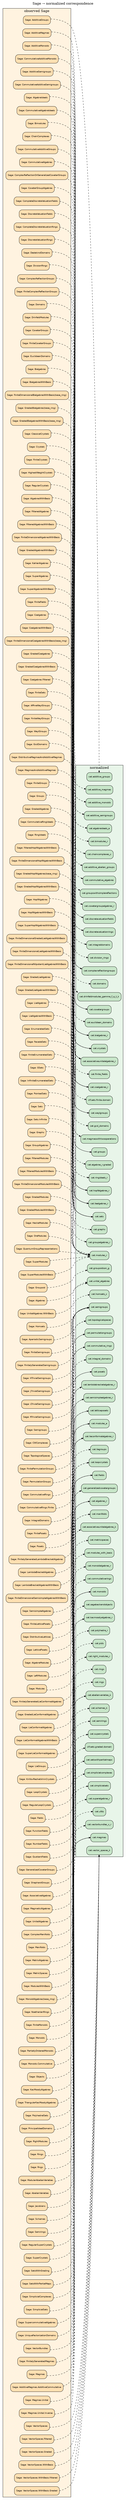
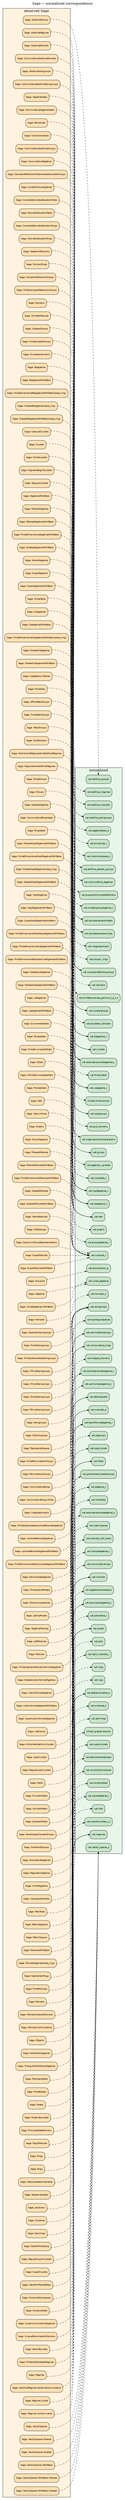
// GENERATED from observed + mapping + normalized ids
digraph SageToNormalized {
  graph [rankdir=LR, labelloc=t, label="Sage → normalized correspondence"];
  node [shape=box, style="rounded,filled", fontname="Helvetica", fontsize=9];
  edge [arrowsize=0.65];

  subgraph cluster_sage {
    label="observed Sage";
    style=filled; fillcolor="#fff3e0";
    "sage.category.additive_groups_additivegroups" [label="Sage: AdditiveGroups", kind="sage_category", fillcolor="#ffe0b2"];
    "sage.category.additive_magmas_additivemagmas" [label="Sage: AdditiveMagmas", kind="sage_category", fillcolor="#ffe0b2"];
    "sage.category.additive_monoids_additivemonoids" [label="Sage: AdditiveMonoids", kind="sage_category", fillcolor="#ffe0b2"];
    "sage.category.additive_semigroups_additivesemigroups" [label="Sage: AdditiveSemigroups", kind="sage_category", fillcolor="#ffe0b2"];
    "sage.category.affine_weyl_groups_affineweylgroups" [label="Sage: AffineWeylGroups", kind="sage_category", fillcolor="#ffe0b2"];
    "sage.category.algebra_ideals_algebraideals" [label="Sage: AlgebraIdeals", kind="sage_category", fillcolor="#ffe0b2"];
    "sage.category.algebra_modules_algebramodules" [label="Sage: AlgebraModules", kind="sage_category", fillcolor="#ffe0b2"];
    "sage.category.algebras_algebras" [label="Sage: Algebras", kind="sage_category", fillcolor="#ffe0b2"];
    "sage.category.algebras_with_basis_algebraswithbasis" [label="Sage: AlgebrasWithBasis", kind="sage_category", fillcolor="#ffe0b2"];
    "sage.category.aperiodic_semigroups_aperiodicsemigroups" [label="Sage: AperiodicSemigroups", kind="sage_category", fillcolor="#ffe0b2"];
    "sage.category.associative_algebras_associativealgebras" [label="Sage: AssociativeAlgebras", kind="sage_category", fillcolor="#ffe0b2"];
    "sage.category.bialgebras_bialgebras" [label="Sage: Bialgebras", kind="sage_category", fillcolor="#ffe0b2"];
    "sage.category.bialgebras_with_basis_bialgebraswithbasis" [label="Sage: BialgebrasWithBasis", kind="sage_category", fillcolor="#ffe0b2"];
    "sage.category.bimodules_bimodules" [label="Sage: Bimodules", kind="sage_category", fillcolor="#ffe0b2"];
    "sage.category.chain_complexes_chaincomplexes" [label="Sage: ChainComplexes", kind="sage_category", fillcolor="#ffe0b2"];
    "sage.category.classical_crystals_classicalcrystals" [label="Sage: ClassicalCrystals", kind="sage_category", fillcolor="#ffe0b2"];
    "sage.category.coalgebras_coalgebras" [label="Sage: Coalgebras", kind="sage_category", fillcolor="#ffe0b2"];
    "sage.category.coalgebras_with_basis_coalgebraswithbasis" [label="Sage: CoalgebrasWithBasis", kind="sage_category", fillcolor="#ffe0b2"];
    "sage.category.commutative_additive_groups_commutativeadditivegroups" [label="Sage: CommutativeAdditiveGroups", kind="sage_category", fillcolor="#ffe0b2"];
    "sage.category.commutative_additive_monoids_commutativeadditivemonoids" [label="Sage: CommutativeAdditiveMonoids", kind="sage_category", fillcolor="#ffe0b2"];
    "sage.category.commutative_additive_semigroups_commutativeadditivesemigroups" [label="Sage: CommutativeAdditiveSemigroups", kind="sage_category", fillcolor="#ffe0b2"];
    "sage.category.commutative_algebra_ideals_commutativealgebraideals" [label="Sage: CommutativeAlgebraIdeals", kind="sage_category", fillcolor="#ffe0b2"];
    "sage.category.commutative_algebras_commutativealgebras" [label="Sage: CommutativeAlgebras", kind="sage_category", fillcolor="#ffe0b2"];
    "sage.category.commutative_ring_ideals_commutativeringideals" [label="Sage: CommutativeRingIdeals", kind="sage_category", fillcolor="#ffe0b2"];
    "sage.category.commutative_rings_commutativerings" [label="Sage: CommutativeRings", kind="sage_category", fillcolor="#ffe0b2"];
    "sage.category.complete_discrete_valuation_completediscretevaluationfields" [label="Sage: CompleteDiscreteValuationFields", kind="sage_category", fillcolor="#ffe0b2"];
    "sage.category.complete_discrete_valuation_completediscretevaluationrings" [label="Sage: CompleteDiscreteValuationRings", kind="sage_category", fillcolor="#ffe0b2"];
    "sage.category.complex_reflection_groups_complexreflectiongroups" [label="Sage: ComplexReflectionGroups", kind="sage_category", fillcolor="#ffe0b2"];
    "sage.category.complex_reflection_or_generalized_coxeter_groups_complexreflectionorgeneralizedcoxetergroups" [label="Sage: ComplexReflectionOrGeneralizedCoxeterGroups", kind="sage_category", fillcolor="#ffe0b2"];
    "sage.category.coxeter_group_algebras_coxetergroupalgebras" [label="Sage: CoxeterGroupAlgebras", kind="sage_category", fillcolor="#ffe0b2"];
    "sage.category.coxeter_groups_coxetergroups" [label="Sage: CoxeterGroups", kind="sage_category", fillcolor="#ffe0b2"];
    "sage.category.crystals_crystals" [label="Sage: Crystals", kind="sage_category", fillcolor="#ffe0b2"];
    "sage.category.cw_complexes_cwcomplexes" [label="Sage: CWComplexes", kind="sage_category", fillcolor="#ffe0b2"];
    "sage.category.dedekind_domains_dedekinddomains" [label="Sage: DedekindDomains", kind="sage_category", fillcolor="#ffe0b2"];
    "sage.category.discrete_valuation_discretevaluationfields" [label="Sage: DiscreteValuationFields", kind="sage_category", fillcolor="#ffe0b2"];
    "sage.category.discrete_valuation_discretevaluationrings" [label="Sage: DiscreteValuationRings", kind="sage_category", fillcolor="#ffe0b2"];
    "sage.category.distributive_magmas_and_additive_magmas_distributivemagmasandadditivemagmas" [label="Sage: DistributiveMagmasAndAdditiveMagmas", kind="sage_category", fillcolor="#ffe0b2"];
    "sage.category.division_rings_divisionrings" [label="Sage: DivisionRings", kind="sage_category", fillcolor="#ffe0b2"];
    "sage.category.domains_domains" [label="Sage: Domains", kind="sage_category", fillcolor="#ffe0b2"];
    "sage.category.drinfeld_modules_drinfeldmodules" [label="Sage: DrinfeldModules", kind="sage_category", fillcolor="#ffe0b2"];
    "sage.category.enumerated_sets_enumeratedsets" [label="Sage: EnumeratedSets", kind="sage_category", fillcolor="#ffe0b2"];
    "sage.category.euclidean_domains_euclideandomains" [label="Sage: EuclideanDomains", kind="sage_category", fillcolor="#ffe0b2"];
    "sage.category.facade_sets_facadesets" [label="Sage: FacadeSets", kind="sage_category", fillcolor="#ffe0b2"];
    "sage.category.fields_fields" [label="Sage: Fields", kind="sage_category", fillcolor="#ffe0b2"];
    "sage.category.filtered_algebras_filteredalgebras" [label="Sage: FilteredAlgebras", kind="sage_category", fillcolor="#ffe0b2"];
    "sage.category.filtered_algebras_with_basis_filteredalgebraswithbasis" [label="Sage: FilteredAlgebrasWithBasis", kind="sage_category", fillcolor="#ffe0b2"];
    "sage.category.filtered_hopf_algebras_with_basis_filteredhopfalgebraswithbasis" [label="Sage: FilteredHopfAlgebrasWithBasis", kind="sage_category", fillcolor="#ffe0b2"];
    "sage.category.filtered_modules_filteredmodules" [label="Sage: FilteredModules", kind="sage_category", fillcolor="#ffe0b2"];
    "sage.category.filtered_modules_with_basis_filteredmoduleswithbasis" [label="Sage: FilteredModulesWithBasis", kind="sage_category", fillcolor="#ffe0b2"];
    "sage.category.finite_complex_reflection_groups_finitecomplexreflectiongroups" [label="Sage: FiniteComplexReflectionGroups", kind="sage_category", fillcolor="#ffe0b2"];
    "sage.category.finite_coxeter_groups_finitecoxetergroups" [label="Sage: FiniteCoxeterGroups", kind="sage_category", fillcolor="#ffe0b2"];
    "sage.category.finite_crystals_finitecrystals" [label="Sage: FiniteCrystals", kind="sage_category", fillcolor="#ffe0b2"];
    "sage.category.finite_dimensional_algebras_with_basis_finitedimensionalalgebraswithbasis" [label="Sage: FiniteDimensionalAlgebrasWithBasis", kind="sage_category", fillcolor="#ffe0b2"];
    "sage.category.finite_dimensional_bialgebras_with_basis_finitedimensionalbialgebraswithbasis" [label="Sage: FiniteDimensionalBialgebrasWithBasis(base_ring)", kind="sage_category", fillcolor="#ffe0b2"];
    "sage.category.finite_dimensional_coalgebras_with_basis_finitedimensionalcoalgebraswithbasis" [label="Sage: FiniteDimensionalCoalgebrasWithBasis(base_ring)", kind="sage_category", fillcolor="#ffe0b2"];
    "sage.category.finite_dimensional_graded_lie_algebras_with_basis_finitedimensionalgradedliealgebraswithbasis" [label="Sage: FiniteDimensionalGradedLieAlgebrasWithBasis", kind="sage_category", fillcolor="#ffe0b2"];
    "sage.category.finite_dimensional_hopf_algebras_with_basis_finitedimensionalhopfalgebraswithbasis" [label="Sage: FiniteDimensionalHopfAlgebrasWithBasis", kind="sage_category", fillcolor="#ffe0b2"];
    "sage.category.finite_dimensional_lie_algebras_with_basis_finitedimensionalliealgebraswithbasis" [label="Sage: FiniteDimensionalLieAlgebrasWithBasis", kind="sage_category", fillcolor="#ffe0b2"];
    "sage.category.finite_dimensional_modules_with_basis_finitedimensionalmoduleswithbasis" [label="Sage: FiniteDimensionalModulesWithBasis", kind="sage_category", fillcolor="#ffe0b2"];
    "sage.category.finite_dimensional_nilpotent_lie_algebras_with_basis_finitedimensionalnilpotentliealgebraswithbasis" [label="Sage: FiniteDimensionalNilpotentLieAlgebrasWithBasis", kind="sage_category", fillcolor="#ffe0b2"];
    "sage.category.finite_dimensional_semisimple_algebras_with_basis_finitedimensionalsemisimplealgebraswithbasis" [label="Sage: FiniteDimensionalSemisimpleAlgebrasWithBasis", kind="sage_category", fillcolor="#ffe0b2"];
    "sage.category.finite_enumerated_sets_finiteenumeratedsets" [label="Sage: FiniteEnumeratedSets", kind="sage_category", fillcolor="#ffe0b2"];
    "sage.category.finite_fields_finitefields" [label="Sage: FiniteFields", kind="sage_category", fillcolor="#ffe0b2"];
    "sage.category.finite_groups_finitegroups" [label="Sage: FiniteGroups", kind="sage_category", fillcolor="#ffe0b2"];
    "sage.category.finite_lattice_posets_finitelatticeposets" [label="Sage: FiniteLatticePosets", kind="sage_category", fillcolor="#ffe0b2"];
    "sage.category.finite_monoids_finitemonoids" [label="Sage: FiniteMonoids", kind="sage_category", fillcolor="#ffe0b2"];
    "sage.category.finite_permutation_groups_finitepermutationgroups" [label="Sage: FinitePermutationGroups", kind="sage_category", fillcolor="#ffe0b2"];
    "sage.category.finite_posets_finiteposets" [label="Sage: FinitePosets", kind="sage_category", fillcolor="#ffe0b2"];
    "sage.category.finite_semigroups_finitesemigroups" [label="Sage: FiniteSemigroups", kind="sage_category", fillcolor="#ffe0b2"];
    "sage.category.finite_sets_finitesets" [label="Sage: FiniteSets", kind="sage_category", fillcolor="#ffe0b2"];
    "sage.category.finite_weyl_groups_finiteweylgroups" [label="Sage: FiniteWeylGroups", kind="sage_category", fillcolor="#ffe0b2"];
    "sage.category.finitely_generated_lambda_bracket_algebras_finitelygeneratedlambdabracketalgebras" [label="Sage: FinitelyGeneratedLambdaBracketAlgebras", kind="sage_category", fillcolor="#ffe0b2"];
    "sage.category.finitely_generated_lie_conformal_algebras_finitelygeneratedlieconformalalgebras" [label="Sage: FinitelyGeneratedLieConformalAlgebras", kind="sage_category", fillcolor="#ffe0b2"];
    "sage.category.finitely_generated_magmas_finitelygeneratedmagmas" [label="Sage: FinitelyGeneratedMagmas", kind="sage_category", fillcolor="#ffe0b2"];
    "sage.category.finitely_generated_semigroups_finitelygeneratedsemigroups" [label="Sage: FinitelyGeneratedSemigroups", kind="sage_category", fillcolor="#ffe0b2"];
    "sage.category.function_fields_functionfields" [label="Sage: FunctionFields", kind="sage_category", fillcolor="#ffe0b2"];
    "sage.category.g_sets_gsets" [label="Sage: GSets", kind="sage_category", fillcolor="#ffe0b2"];
    "sage.category.gcd_domains_gcddomains" [label="Sage: GcdDomains", kind="sage_category", fillcolor="#ffe0b2"];
    "sage.category.generalized_coxeter_groups_generalizedcoxetergroups" [label="Sage: GeneralizedCoxeterGroups", kind="sage_category", fillcolor="#ffe0b2"];
    "sage.category.graded_algebras_gradedalgebras" [label="Sage: GradedAlgebras", kind="sage_category", fillcolor="#ffe0b2"];
    "sage.category.graded_algebras_with_basis_gradedalgebraswithbasis" [label="Sage: GradedAlgebrasWithBasis", kind="sage_category", fillcolor="#ffe0b2"];
    "sage.category.graded_bialgebras_gradedbialgebras" [label="Sage: GradedBialgebras(base_ring)", kind="sage_category", fillcolor="#ffe0b2"];
    "sage.category.graded_bialgebras_with_basis_gradedbialgebraswithbasis" [label="Sage: GradedBialgebrasWithBasis(base_ring)", kind="sage_category", fillcolor="#ffe0b2"];
    "sage.category.graded_coalgebras_gradedcoalgebras" [label="Sage: GradedCoalgebras", kind="sage_category", fillcolor="#ffe0b2"];
    "sage.category.graded_coalgebras_with_basis_gradedcoalgebraswithbasis" [label="Sage: GradedCoalgebrasWithBasis", kind="sage_category", fillcolor="#ffe0b2"];
    "sage.category.graded_hopf_algebras_gradedhopfalgebras" [label="Sage: GradedHopfAlgebras(base_ring)", kind="sage_category", fillcolor="#ffe0b2"];
    "sage.category.graded_hopf_algebras_with_basis_gradedhopfalgebraswithbasis" [label="Sage: GradedHopfAlgebrasWithBasis", kind="sage_category", fillcolor="#ffe0b2"];
    "sage.category.graded_lie_algebras_gradedliealgebras" [label="Sage: GradedLieAlgebras", kind="sage_category", fillcolor="#ffe0b2"];
    "sage.category.graded_lie_algebras_with_basis_gradedliealgebraswithbasis" [label="Sage: GradedLieAlgebrasWithBasis", kind="sage_category", fillcolor="#ffe0b2"];
    "sage.category.graded_lie_conformal_algebras_gradedlieconformalalgebras" [label="Sage: GradedLieConformalAlgebras", kind="sage_category", fillcolor="#ffe0b2"];
    "sage.category.graded_modules_gradedmodules" [label="Sage: GradedModules", kind="sage_category", fillcolor="#ffe0b2"];
    "sage.category.graded_modules_with_basis_gradedmoduleswithbasis" [label="Sage: GradedModulesWithBasis", kind="sage_category", fillcolor="#ffe0b2"];
    "sage.category.graphs_graphs" [label="Sage: Graphs", kind="sage_category", fillcolor="#ffe0b2"];
    "sage.category.group_algebras_groupalgebras" [label="Sage: GroupAlgebras", kind="sage_category", fillcolor="#ffe0b2"];
    "sage.category.groupoid_groupoid" [label="Sage: Groupoid", kind="sage_category", fillcolor="#ffe0b2"];
    "sage.category.groups_groups" [label="Sage: Groups", kind="sage_category", fillcolor="#ffe0b2"];
    "sage.category.h_trivial_semigroups_htrivialsemigroups" [label="Sage: HTrivialSemigroups", kind="sage_category", fillcolor="#ffe0b2"];
    "sage.category.hecke_modules_heckemodules" [label="Sage: HeckeModules", kind="sage_category", fillcolor="#ffe0b2"];
    "sage.category.highest_weight_crystals_highestweightcrystals" [label="Sage: HighestWeightCrystals", kind="sage_category", fillcolor="#ffe0b2"];
    "sage.category.homsets_homsets" [label="Sage: Homsets", kind="sage_category", fillcolor="#ffe0b2"];
    "sage.category.hopf_algebras_hopfalgebras" [label="Sage: HopfAlgebras", kind="sage_category", fillcolor="#ffe0b2"];
    "sage.category.hopf_algebras_with_basis_hopfalgebraswithbasis" [label="Sage: HopfAlgebrasWithBasis", kind="sage_category", fillcolor="#ffe0b2"];
    "sage.category.infinite_enumerated_sets_infiniteenumeratedsets" [label="Sage: InfiniteEnumeratedSets", kind="sage_category", fillcolor="#ffe0b2"];
    "sage.category.integral_domains_integraldomains" [label="Sage: IntegralDomains", kind="sage_category", fillcolor="#ffe0b2"];
    "sage.category.j_trivial_semigroups_jtrivialsemigroups" [label="Sage: JTrivialSemigroups", kind="sage_category", fillcolor="#ffe0b2"];
    "sage.category.kac_moody_algebras_kacmoodyalgebras" [label="Sage: KacMoodyAlgebras", kind="sage_category", fillcolor="#ffe0b2"];
    "sage.category.kahler_algebras_kahleralgebras" [label="Sage: KahlerAlgebras", kind="sage_category", fillcolor="#ffe0b2"];
    "sage.category.l_trivial_semigroups_ltrivialsemigroups" [label="Sage: LTrivialSemigroups", kind="sage_category", fillcolor="#ffe0b2"];
    "sage.category.lambda_bracket_algebras_lambdabracketalgebras" [label="Sage: LambdaBracketAlgebras", kind="sage_category", fillcolor="#ffe0b2"];
    "sage.category.lambda_bracket_algebras_with_basis_lambdabracketalgebraswithbasis" [label="Sage: LambdaBracketAlgebrasWithBasis", kind="sage_category", fillcolor="#ffe0b2"];
    "sage.category.lattice_posets_distributivelattices" [label="Sage: DistributiveLattices", kind="sage_category", fillcolor="#ffe0b2"];
    "sage.category.lattice_posets_latticeposets" [label="Sage: LatticePosets", kind="sage_category", fillcolor="#ffe0b2"];
    "sage.category.left_modules_leftmodules" [label="Sage: LeftModules", kind="sage_category", fillcolor="#ffe0b2"];
    "sage.category.lie_algebras_liealgebras" [label="Sage: LieAlgebras", kind="sage_category", fillcolor="#ffe0b2"];
    "sage.category.lie_algebras_with_basis_liealgebraswithbasis" [label="Sage: LieAlgebrasWithBasis", kind="sage_category", fillcolor="#ffe0b2"];
    "sage.category.lie_conformal_algebras_lieconformalalgebras" [label="Sage: LieConformalAlgebras", kind="sage_category", fillcolor="#ffe0b2"];
    "sage.category.lie_conformal_algebras_with_basis_lieconformalalgebraswithbasis" [label="Sage: LieConformalAlgebrasWithBasis", kind="sage_category", fillcolor="#ffe0b2"];
    "sage.category.lie_groups_liegroups" [label="Sage: LieGroups", kind="sage_category", fillcolor="#ffe0b2"];
    "sage.category.loop_crystals_kirillovreshetikhincrystals" [label="Sage: KirillovReshetikhinCrystals", kind="sage_category", fillcolor="#ffe0b2"];
    "sage.category.loop_crystals_loopcrystals" [label="Sage: LoopCrystals", kind="sage_category", fillcolor="#ffe0b2"];
    "sage.category.loop_crystals_regularloopcrystals" [label="Sage: RegularLoopCrystals", kind="sage_category", fillcolor="#ffe0b2"];
    "sage.category.magmas_and_additive_magmas_magmasandadditivemagmas" [label="Sage: MagmasAndAdditiveMagmas", kind="sage_category", fillcolor="#ffe0b2"];
    "sage.category.magmas_magmas" [label="Sage: Magmas", kind="sage_category", fillcolor="#ffe0b2"];
    "sage.category.magmatic_algebras_magmaticalgebras" [label="Sage: MagmaticAlgebras", kind="sage_category", fillcolor="#ffe0b2"];
    "sage.category.manifolds_complexmanifolds" [label="Sage: ComplexManifolds", kind="sage_category", fillcolor="#ffe0b2"];
    "sage.category.manifolds_manifolds" [label="Sage: Manifolds", kind="sage_category", fillcolor="#ffe0b2"];
    "sage.category.matrix_algebras_matrixalgebras" [label="Sage: MatrixAlgebras", kind="sage_category", fillcolor="#ffe0b2"];
    "sage.category.metric_spaces_metricspaces" [label="Sage: MetricSpaces", kind="sage_category", fillcolor="#ffe0b2"];
    "sage.category.modular_abelian_varieties_modularabelianvarieties" [label="Sage: ModularAbelianVarieties", kind="sage_category", fillcolor="#ffe0b2"];
    "sage.category.modules_modules" [label="Sage: Modules", kind="sage_category", fillcolor="#ffe0b2"];
    "sage.category.modules_with_basis_moduleswithbasis" [label="Sage: ModulesWithBasis", kind="sage_category", fillcolor="#ffe0b2"];
    "sage.category.monoid_algebras_monoidalgebras" [label="Sage: MonoidAlgebras(base_ring)", kind="sage_category", fillcolor="#ffe0b2"];
    "sage.category.monoids_monoids" [label="Sage: Monoids", kind="sage_category", fillcolor="#ffe0b2"];
    "sage.category.noetherian_rings_noetherianrings" [label="Sage: NoetherianRings", kind="sage_category", fillcolor="#ffe0b2"];
    "sage.category.number_fields_numberfields" [label="Sage: NumberFields", kind="sage_category", fillcolor="#ffe0b2"];
    "sage.category.objects_objects" [label="Sage: Objects", kind="sage_category", fillcolor="#ffe0b2"];
    "sage.category.ore_modules_oremodules" [label="Sage: OreModules", kind="sage_category", fillcolor="#ffe0b2"];
    "sage.category.partially_ordered_monoids_partiallyorderedmonoids" [label="Sage: PartiallyOrderedMonoids", kind="sage_category", fillcolor="#ffe0b2"];
    "sage.category.permutation_groups_permutationgroups" [label="Sage: PermutationGroups", kind="sage_category", fillcolor="#ffe0b2"];
    "sage.category.pointed_sets_pointedsets" [label="Sage: PointedSets", kind="sage_category", fillcolor="#ffe0b2"];
    "sage.category.polyhedra_polyhedralsets" [label="Sage: PolyhedralSets", kind="sage_category", fillcolor="#ffe0b2"];
    "sage.category.posets_posets" [label="Sage: Posets", kind="sage_category", fillcolor="#ffe0b2"];
    "sage.category.principal_ideal_domains_principalidealdomains" [label="Sage: PrincipalIdealDomains", kind="sage_category", fillcolor="#ffe0b2"];
    "sage.category.quantum_group_representations_quantumgrouprepresentations" [label="Sage: QuantumGroupRepresentations", kind="sage_category", fillcolor="#ffe0b2"];
    "sage.category.quotient_fields_quotientfields" [label="Sage: QuotientFields", kind="sage_category", fillcolor="#ffe0b2"];
    "sage.category.r_trivial_semigroups_rtrivialsemigroups" [label="Sage: RTrivialSemigroups", kind="sage_category", fillcolor="#ffe0b2"];
    "sage.category.regular_crystals_regularcrystals" [label="Sage: RegularCrystals", kind="sage_category", fillcolor="#ffe0b2"];
    "sage.category.regular_supercrystals_regularsupercrystals" [label="Sage: RegularSuperCrystals", kind="sage_category", fillcolor="#ffe0b2"];
    "sage.category.right_modules_rightmodules" [label="Sage: RightModules", kind="sage_category", fillcolor="#ffe0b2"];
    "sage.category.ring_ideals_ringideals" [label="Sage: RingIdeals", kind="sage_category", fillcolor="#ffe0b2"];
    "sage.category.rings_rings" [label="Sage: Rings", kind="sage_category", fillcolor="#ffe0b2"];
    "sage.category.rngs_rngs" [label="Sage: Rngs", kind="sage_category", fillcolor="#ffe0b2"];
    "sage.category.schemes_abelianvarieties" [label="Sage: AbelianVarieties", kind="sage_category", fillcolor="#ffe0b2"];
    "sage.category.schemes_jacobians" [label="Sage: Jacobians", kind="sage_category", fillcolor="#ffe0b2"];
    "sage.category.schemes_schemes" [label="Sage: Schemes", kind="sage_category", fillcolor="#ffe0b2"];
    "sage.category.semigroups_semigroups" [label="Sage: Semigroups", kind="sage_category", fillcolor="#ffe0b2"];
    "sage.category.semirings_semirings" [label="Sage: Semirings", kind="sage_category", fillcolor="#ffe0b2"];
    "sage.category.semisimple_algebras_semisimplealgebras" [label="Sage: SemisimpleAlgebras", kind="sage_category", fillcolor="#ffe0b2"];
    "sage.category.sets_cat_sets" [label="Sage: Sets", kind="sage_category", fillcolor="#ffe0b2"];
    "sage.category.sets_with_grading_setswithgrading" [label="Sage: SetsWithGrading", kind="sage_category", fillcolor="#ffe0b2"];
    "sage.category.sets_with_partial_maps_setswithpartialmaps" [label="Sage: SetsWithPartialMaps", kind="sage_category", fillcolor="#ffe0b2"];
    "sage.category.shephard_groups_shephardgroups" [label="Sage: ShephardGroups", kind="sage_category", fillcolor="#ffe0b2"];
    "sage.category.simplicial_complexes_simplicialcomplexes" [label="Sage: SimplicialComplexes", kind="sage_category", fillcolor="#ffe0b2"];
    "sage.category.simplicial_sets_simplicialsets" [label="Sage: SimplicialSets", kind="sage_category", fillcolor="#ffe0b2"];
    "sage.category.super_algebras_superalgebras" [label="Sage: SuperAlgebras", kind="sage_category", fillcolor="#ffe0b2"];
    "sage.category.super_algebras_with_basis_superalgebraswithbasis" [label="Sage: SuperAlgebrasWithBasis", kind="sage_category", fillcolor="#ffe0b2"];
    "sage.category.super_hopf_algebras_with_basis_superhopfalgebraswithbasis" [label="Sage: SuperHopfAlgebrasWithBasis", kind="sage_category", fillcolor="#ffe0b2"];
    "sage.category.super_lie_conformal_algebras_superlieconformalalgebras" [label="Sage: SuperLieConformalAlgebras", kind="sage_category", fillcolor="#ffe0b2"];
    "sage.category.super_modules_supermodules" [label="Sage: SuperModules", kind="sage_category", fillcolor="#ffe0b2"];
    "sage.category.super_modules_with_basis_supermoduleswithbasis" [label="Sage: SuperModulesWithBasis", kind="sage_category", fillcolor="#ffe0b2"];
    "sage.category.supercommutative_algebras_supercommutativealgebras" [label="Sage: SupercommutativeAlgebras", kind="sage_category", fillcolor="#ffe0b2"];
    "sage.category.supercrystals_supercrystals" [label="Sage: SuperCrystals", kind="sage_category", fillcolor="#ffe0b2"];
    "sage.category.topological_spaces_topologicalspaces" [label="Sage: TopologicalSpaces", kind="sage_category", fillcolor="#ffe0b2"];
    "sage.category.triangular_kac_moody_algebras_triangularkacmoodyalgebras" [label="Sage: TriangularKacMoodyAlgebras", kind="sage_category", fillcolor="#ffe0b2"];
    "sage.category.unique_factorization_domains_uniquefactorizationdomains" [label="Sage: UniqueFactorizationDomains", kind="sage_category", fillcolor="#ffe0b2"];
    "sage.category.unital_algebras_unitalalgebras" [label="Sage: UnitalAlgebras", kind="sage_category", fillcolor="#ffe0b2"];
    "sage.category.vector_bundles_vectorbundles" [label="Sage: VectorBundles", kind="sage_category", fillcolor="#ffe0b2"];
    "sage.category.vector_spaces_vectorspaces" [label="Sage: VectorSpaces", kind="sage_category", fillcolor="#ffe0b2"];
    "sage.category.weyl_groups_weylgroups" [label="Sage: WeylGroups", kind="sage_category", fillcolor="#ffe0b2"];
    "sage.category.with_axiom.additivemagmas.additivecommutative" [label="Sage: AdditiveMagmas.AdditiveCommutative", kind="sage_category", fillcolor="#ffe0b2"];
    "sage.category.with_axiom.coalgebras.filtered" [label="Sage: Coalgebras.Filtered", kind="sage_category", fillcolor="#ffe0b2"];
    "sage.category.with_axiom.commutativerings.finite" [label="Sage: CommutativeRings.Finite", kind="sage_category", fillcolor="#ffe0b2"];
    "sage.category.with_axiom.magmas.unital" [label="Sage: Magmas.Unital", kind="sage_category", fillcolor="#ffe0b2"];
    "sage.category.with_axiom.magmas.unital.inverse" [label="Sage: Magmas.Unital.Inverse", kind="sage_category", fillcolor="#ffe0b2"];
    "sage.category.with_axiom.monoids.commutative" [label="Sage: Monoids.Commutative", kind="sage_category", fillcolor="#ffe0b2"];
+     "sage.category.with_axiom.posets.bounded" [label="Sage: Posets.Bounded", kind="sage_category", fillcolor="#ffe0b2"];
    "sage.category.with_axiom.sets.infinite" [label="Sage: Sets.Infinite", kind="sage_category", fillcolor="#ffe0b2"];
    "sage.category.with_axiom.unitalalgebras.withbasis" [label="Sage: UnitalAlgebras.WithBasis", kind="sage_category", fillcolor="#ffe0b2"];
    "sage.category.with_axiom.vectorspaces.filtered" [label="Sage: VectorSpaces.Filtered", kind="sage_category", fillcolor="#ffe0b2"];
    "sage.category.with_axiom.vectorspaces.graded" [label="Sage: VectorSpaces.Graded", kind="sage_category", fillcolor="#ffe0b2"];
    "sage.category.with_axiom.vectorspaces.withbasis" [label="Sage: VectorSpaces.WithBasis", kind="sage_category", fillcolor="#ffe0b2"];
    "sage.category.with_axiom.vectorspaces.withbasis.filtered" [label="Sage: VectorSpaces.WithBasis.Filtered", kind="sage_category", fillcolor="#ffe0b2"];
    "sage.category.with_axiom.vectorspaces.withbasis.graded" [label="Sage: VectorSpaces.WithBasis.Graded", kind="sage_category", fillcolor="#ffe0b2"];
  }

  subgraph cluster_norm {
    label="normalized";
    style=filled; fillcolor="#e8f5e9";
    "cat.abelianvarieties_k" [label="cat.abelianvarieties_k", kind="normalized", fillcolor="#c8e6c9"];
    "cat.additive_abelian_groups" [label="cat.additive_abelian_groups", kind="normalized", fillcolor="#c8e6c9"];
    "cat.additive_groups" [label="cat.additive_groups", kind="normalized", fillcolor="#c8e6c9"];
    "cat.additive_magmas" [label="cat.additive_magmas", kind="normalized", fillcolor="#c8e6c9"];
    "cat.additive_monoids" [label="cat.additive_monoids", kind="normalized", fillcolor="#c8e6c9"];
    "cat.additive_semigroups" [label="cat.additive_semigroups", kind="normalized", fillcolor="#c8e6c9"];
    "cat.algebraideals_a" [label="cat.algebraideals_a", kind="normalized", fillcolor="#c8e6c9"];
    "cat.algebras_r" [label="cat.algebras_r", kind="normalized", fillcolor="#c8e6c9"];
    "cat.algebras_r.graded" [label="cat.algebras_r.graded", kind="normalized", fillcolor="#c8e6c9"];
    "cat.associativeunitalalgebras_k" [label="cat.associativeunitalalgebras_k", kind="normalized", fillcolor="#c8e6c9"];
    "cat.associativeunitalalgebras_r" [label="cat.associativeunitalalgebras_r", kind="normalized", fillcolor="#c8e6c9"];
    "cat.bialgebras_r" [label="cat.bialgebras_r", kind="normalized", fillcolor="#c8e6c9"];
    "cat.bimodules_r" [label="cat.bimodules_r", kind="normalized", fillcolor="#c8e6c9"];
    "cat.chaincomplexes_c" [label="cat.chaincomplexes_c", kind="normalized", fillcolor="#c8e6c9"];
    "cat.coalgebras_r" [label="cat.coalgebras_r", kind="normalized", fillcolor="#c8e6c9"];
    "cat.commutative_algebras" [label="cat.commutative_algebras", kind="normalized", fillcolor="#c8e6c9"];
    "cat.commutative_rings" [label="cat.commutative_rings", kind="normalized", fillcolor="#c8e6c9"];
    "cat.commutativerings" [label="cat.commutativerings", kind="normalized", fillcolor="#c8e6c9"];
    "cat.complexreflectiongroups" [label="cat.complexreflectiongroups", kind="normalized", fillcolor="#c8e6c9"];
    "cat.coxetergroupalgebras_r" [label="cat.coxetergroupalgebras_r", kind="normalized", fillcolor="#c8e6c9"];
    "cat.coxetergroups" [label="cat.coxetergroups", kind="normalized", fillcolor="#c8e6c9"];
    "cat.crystals" [label="cat.crystals", kind="normalized", fillcolor="#c8e6c9"];
    "cat.discretevaluationfields" [label="cat.discretevaluationfields", kind="normalized", fillcolor="#c8e6c9"];
    "cat.discretevaluationrings" [label="cat.discretevaluationrings", kind="normalized", fillcolor="#c8e6c9"];
    "cat.division_rings" [label="cat.division_rings", kind="normalized", fillcolor="#c8e6c9"];
    "cat.domains" [label="cat.domains", kind="normalized", fillcolor="#c8e6c9"];
    "cat.drinfeldmodules_gamma_f_q_t_k" [label="cat.drinfeldmodules_gamma_f_q_t_k", kind="normalized", fillcolor="#c8e6c9"];
    "cat.euclidean_domains" [label="cat.euclidean_domains", kind="normalized", fillcolor="#c8e6c9"];
    "cat.fields" [label="cat.fields", kind="normalized", fillcolor="#c8e6c9"];
    "cat.finite_fields" [label="cat.finite_fields", kind="normalized", fillcolor="#c8e6c9"];
    "cat.gcd_domains" [label="cat.gcd_domains", kind="normalized", fillcolor="#c8e6c9"];
    "cat.generalizedcoxetergroups" [label="cat.generalizedcoxetergroups", kind="normalized", fillcolor="#c8e6c9"];
    "cat.graphs" [label="cat.graphs", kind="normalized", fillcolor="#c8e6c9"];
    "cat.groupalgebras_r" [label="cat.groupalgebras_r", kind="normalized", fillcolor="#c8e6c9"];
    "cat.groupoidson_g" [label="cat.groupoidson_g", kind="normalized", fillcolor="#c8e6c9"];
    "cat.groups" [label="cat.groups", kind="normalized", fillcolor="#c8e6c9"];
    "cat.groupswithsimplereflections" [label="cat.groupswithsimplereflections", kind="normalized", fillcolor="#c8e6c9"];
    "cat.homsets_c" [label="cat.homsets_c", kind="normalized", fillcolor="#c8e6c9"];
    "cat.hopfalgebras_r" [label="cat.hopfalgebras_r", kind="normalized", fillcolor="#c8e6c9"];
    "cat.integral_domains" [label="cat.integral_domains", kind="normalized", fillcolor="#c8e6c9"];
    "cat.integraldomains" [label="cat.integraldomains", kind="normalized", fillcolor="#c8e6c9"];
    "cat.kacmoodyalgebras_r" [label="cat.kacmoodyalgebras_r", kind="normalized", fillcolor="#c8e6c9"];
    "cat.lambdabracketalgebras_r" [label="cat.lambdabracketalgebras_r", kind="normalized", fillcolor="#c8e6c9"];
    "cat.latticeposets" [label="cat.latticeposets", kind="normalized", fillcolor="#c8e6c9"];
    "cat.liealgebras_r" [label="cat.liealgebras_r", kind="normalized", fillcolor="#c8e6c9"];
    "cat.lieconformalalgebras_r" [label="cat.lieconformalalgebras_r", kind="normalized", fillcolor="#c8e6c9"];
    "cat.liegroups" [label="cat.liegroups", kind="normalized", fillcolor="#c8e6c9"];
    "cat.loopcrystals" [label="cat.loopcrystals", kind="normalized", fillcolor="#c8e6c9"];
    "cat.magmas" [label="cat.magmas", kind="normalized", fillcolor="#c8e6c9"];
    "cat.magmaswithtwooperations" [label="cat.magmaswithtwooperations", kind="normalized", fillcolor="#c8e6c9"];
    "cat.manifolds" [label="cat.manifolds", kind="normalized", fillcolor="#c8e6c9"];
    "cat.metricspaces" [label="cat.metricspaces", kind="normalized", fillcolor="#c8e6c9"];
    "cat.modules_a" [label="cat.modules_a", kind="normalized", fillcolor="#c8e6c9"];
    "cat.modules_r" [label="cat.modules_r", kind="normalized", fillcolor="#c8e6c9"];
    "cat.modules_with_basis" [label="cat.modules_with_basis", kind="normalized", fillcolor="#c8e6c9"];
    "cat.monoidalgebras_r" [label="cat.monoidalgebras_r", kind="normalized", fillcolor="#c8e6c9"];
    "cat.monoids" [label="cat.monoids", kind="normalized", fillcolor="#c8e6c9"];
    "cat.permutationgroups" [label="cat.permutationgroups", kind="normalized", fillcolor="#c8e6c9"];
    "cat.pids" [label="cat.pids", kind="normalized", fillcolor="#c8e6c9"];
    "cat.polyhedra_r" [label="cat.polyhedra_r", kind="normalized", fillcolor="#c8e6c9"];
    "cat.posets" [label="cat.posets", kind="normalized", fillcolor="#c8e6c9"];
    "cat.right_modules_r" [label="cat.right_modules_r", kind="normalized", fillcolor="#c8e6c9"];
    "cat.ringideals_r" [label="cat.ringideals_r", kind="normalized", fillcolor="#c8e6c9"];
    "cat.rings" [label="cat.rings", kind="normalized", fillcolor="#c8e6c9"];
    "cat.rngs" [label="cat.rngs", kind="normalized", fillcolor="#c8e6c9"];
    "cat.sagebackendobjects" [label="cat.sagebackendobjects", kind="normalized", fillcolor="#c8e6c9"];
    "cat.schemes_k" [label="cat.schemes_k", kind="normalized", fillcolor="#c8e6c9"];
    "cat.semigroups" [label="cat.semigroups", kind="normalized", fillcolor="#c8e6c9"];
    "cat.semirings" [label="cat.semirings", kind="normalized", fillcolor="#c8e6c9"];
    "cat.semisimplealgebras_r" [label="cat.semisimplealgebras_r", kind="normalized", fillcolor="#c8e6c9"];
    "cat.sets" [label="cat.sets", kind="normalized", fillcolor="#c8e6c9"];
    "cat.setswithpartialmaps" [label="cat.setswithpartialmaps", kind="normalized", fillcolor="#c8e6c9"];
    "cat.simplicialcomplexes" [label="cat.simplicialcomplexes", kind="normalized", fillcolor="#c8e6c9"];
    "cat.simplicialsets" [label="cat.simplicialsets", kind="normalized", fillcolor="#c8e6c9"];
    "cat.superalgebras_r" [label="cat.superalgebras_r", kind="normalized", fillcolor="#c8e6c9"];
    "cat.supercrystals" [label="cat.supercrystals", kind="normalized", fillcolor="#c8e6c9"];
    "cat.topologicalspaces" [label="cat.topologicalspaces", kind="normalized", fillcolor="#c8e6c9"];
    "cat.ufds" [label="cat.ufds", kind="normalized", fillcolor="#c8e6c9"];
    "cat.unital_algebras" [label="cat.unital_algebras", kind="normalized", fillcolor="#c8e6c9"];
    "cat.vector_spaces_k" [label="cat.vector_spaces_k", kind="normalized", fillcolor="#c8e6c9"];
    "cat.vectorbundles_x_r" [label="cat.vectorbundles_x_r", kind="normalized", fillcolor="#c8e6c9"];
    "cat.weylgroups" [label="cat.weylgroups", kind="normalized", fillcolor="#c8e6c9"];
    "clf.sets.finite.domain" [label="clf.sets.finite.domain", kind="normalized", fillcolor="#c8e6c9"];
    "clf.sets.graded.domain" [label="clf.sets.graded.domain", kind="normalized", fillcolor="#c8e6c9"];
  }

  "sage.category.finite_dimensional_bialgebras_with_basis_finitedimensionalbialgebraswithbasis" -> "cat.bialgebras_r" [kind="normalizes_to", mapping="constructible", style=dashed];
  "sage.category.finite_dimensional_coalgebras_with_basis_finitedimensionalcoalgebraswithbasis" -> "cat.coalgebras_r" [kind="normalizes_to", mapping="constructible", style=dashed];
  "sage.category.graded_bialgebras_gradedbialgebras" -> "cat.bialgebras_r" [kind="normalizes_to", mapping="constructible", style=dashed];
  "sage.category.graded_bialgebras_with_basis_gradedbialgebraswithbasis" -> "cat.bialgebras_r" [kind="normalizes_to", mapping="constructible", style=dashed];
  "sage.category.graded_hopf_algebras_gradedhopfalgebras" -> "cat.hopfalgebras_r" [kind="normalizes_to", mapping="constructible", style=dashed];
  "sage.category.monoid_algebras_monoidalgebras" -> "cat.monoidalgebras_r" [kind="normalizes_to", mapping="exact", style=dashed];
  "sage.category.schemes_abelianvarieties" -> "cat.abelianvarieties_k" [kind="normalizes_to", mapping="constructible", style=dashed];
  "sage.category.additive_groups_additivegroups" -> "cat.additive_groups" [kind="normalizes_to", mapping="exact", style=dashed];
  "sage.category.additive_magmas_additivemagmas" -> "cat.additive_magmas" [kind="normalizes_to", mapping="constructible", style=dashed];
  "sage.category.additive_monoids_additivemonoids" -> "cat.additive_monoids" [kind="normalizes_to", mapping="exact", style=dashed];
  "sage.category.additive_semigroups_additivesemigroups" -> "cat.additive_semigroups" [kind="normalizes_to", mapping="exact", style=dashed];
  "sage.category.affine_weyl_groups_affineweylgroups" -> "cat.weylgroups" [kind="normalizes_to", mapping="constructible", style=dashed];
  "sage.category.algebra_ideals_algebraideals" -> "cat.algebraideals_a" [kind="normalizes_to", mapping="exact", style=dashed];
  "sage.category.algebra_modules_algebramodules" -> "cat.modules_a" [kind="normalizes_to", mapping="presentation_alias", style=dashed];
  "sage.category.algebras_algebras" -> "cat.unital_algebras" [kind="normalizes_to", mapping="constructible", style=dashed];
  "sage.category.algebras_with_basis_algebraswithbasis" -> "cat.associativeunitalalgebras_r" [kind="normalizes_to", mapping="constructible", style=dashed];
  "sage.category.aperiodic_semigroups_aperiodicsemigroups" -> "cat.semigroups" [kind="normalizes_to", mapping="constructible", style=dashed];
  "sage.category.associative_algebras_associativealgebras" -> "cat.algebras_r" [kind="normalizes_to", mapping="constructible", style=dashed];
  "sage.category.bialgebras_bialgebras" -> "cat.bialgebras_r" [kind="normalizes_to", mapping="exact", style=dashed];
  "sage.category.bialgebras_with_basis_bialgebraswithbasis" -> "cat.bialgebras_r" [kind="normalizes_to", mapping="constructible", style=dashed];
  "sage.category.bimodules_bimodules" -> "cat.bimodules_r" [kind="normalizes_to", mapping="exact", style=dashed];
  "sage.category.chain_complexes_chaincomplexes" -> "cat.chaincomplexes_c" [kind="normalizes_to", mapping="exact", style=dashed];
  "sage.category.classical_crystals_classicalcrystals" -> "cat.crystals" [kind="normalizes_to", mapping="constructible", style=dashed];
  "sage.category.coalgebras_coalgebras" -> "cat.coalgebras_r" [kind="normalizes_to", mapping="exact", style=dashed];
  "sage.category.coalgebras_with_basis_coalgebraswithbasis" -> "cat.coalgebras_r" [kind="normalizes_to", mapping="constructible", style=dashed];
  "sage.category.commutative_additive_groups_commutativeadditivegroups" -> "cat.additive_abelian_groups" [kind="normalizes_to", mapping="exact", style=dashed];
  "sage.category.commutative_additive_monoids_commutativeadditivemonoids" -> "cat.additive_monoids" [kind="normalizes_to", mapping="presentation_alias", style=dashed];
  "sage.category.commutative_additive_semigroups_commutativeadditivesemigroups" -> "cat.additive_semigroups" [kind="normalizes_to", mapping="presentation_alias", style=dashed];
  "sage.category.commutative_algebra_ideals_commutativealgebraideals" -> "cat.algebraideals_a" [kind="normalizes_to", mapping="presentation_alias", style=dashed];
  "sage.category.commutative_algebras_commutativealgebras" -> "cat.commutative_algebras" [kind="normalizes_to", mapping="constructible", style=dashed];
  "sage.category.commutative_ring_ideals_commutativeringideals" -> "cat.ringideals_r" [kind="normalizes_to", mapping="presentation_alias", style=dashed];
  "sage.category.commutative_rings_commutativerings" -> "cat.commutative_rings" [kind="normalizes_to", mapping="constructible", style=dashed];
  "sage.category.complete_discrete_valuation_completediscretevaluationfields" -> "cat.discretevaluationfields" [kind="normalizes_to", mapping="constructible", style=dashed];
  "sage.category.complete_discrete_valuation_completediscretevaluationrings" -> "cat.discretevaluationrings" [kind="normalizes_to", mapping="constructible", style=dashed];
  "sage.category.complex_reflection_groups_complexreflectiongroups" -> "cat.complexreflectiongroups" [kind="normalizes_to", mapping="constructible", style=dashed];
  "sage.category.complex_reflection_or_generalized_coxeter_groups_complexreflectionorgeneralizedcoxetergroups" -> "cat.groupswithsimplereflections" [kind="normalizes_to", mapping="removed", style=dashed];
  "sage.category.coxeter_group_algebras_coxetergroupalgebras" -> "cat.coxetergroupalgebras_r" [kind="normalizes_to", mapping="exact", style=dashed];
  "sage.category.coxeter_groups_coxetergroups" -> "cat.coxetergroups" [kind="normalizes_to", mapping="constructible", style=dashed];
  "sage.category.crystals_crystals" -> "cat.crystals" [kind="normalizes_to", mapping="exact", style=dashed];
  "sage.category.cw_complexes_cwcomplexes" -> "cat.topologicalspaces" [kind="normalizes_to", mapping="constructible", style=dashed];
  "sage.category.dedekind_domains_dedekinddomains" -> "cat.integraldomains" [kind="normalizes_to", mapping="constructible", style=dashed];
  "sage.category.discrete_valuation_discretevaluationfields" -> "cat.discretevaluationfields" [kind="normalizes_to", mapping="constructible", style=dashed];
  "sage.category.discrete_valuation_discretevaluationrings" -> "cat.discretevaluationrings" [kind="normalizes_to", mapping="constructible", style=dashed];
  "sage.category.distributive_magmas_and_additive_magmas_distributivemagmasandadditivemagmas" -> "cat.magmaswithtwooperations" [kind="normalizes_to", mapping="constructible", style=dashed];
  "sage.category.division_rings_divisionrings" -> "cat.division_rings" [kind="normalizes_to", mapping="constructible", style=dashed];
  "sage.category.domains_domains" -> "cat.domains" [kind="normalizes_to", mapping="constructible", style=dashed];
  "sage.category.drinfeld_modules_drinfeldmodules" -> "cat.drinfeldmodules_gamma_f_q_t_k" [kind="normalizes_to", mapping="exact", style=dashed];
  "sage.category.enumerated_sets_enumeratedsets" -> "cat.sets" [kind="normalizes_to", mapping="constructible", style=dashed];
  "sage.category.euclidean_domains_euclideandomains" -> "cat.euclidean_domains" [kind="normalizes_to", mapping="constructible", style=dashed];
  "sage.category.facade_sets_facadesets" -> "cat.sets" [kind="normalizes_to", mapping="removed", style=dashed];
  "sage.category.fields_fields" -> "cat.fields" [kind="normalizes_to", mapping="constructible", style=dashed];
  "sage.category.filtered_algebras_filteredalgebras" -> "cat.associativeunitalalgebras_r" [kind="normalizes_to", mapping="constructible", style=dashed];
  "sage.category.filtered_algebras_with_basis_filteredalgebraswithbasis" -> "cat.associativeunitalalgebras_r" [kind="normalizes_to", mapping="constructible", style=dashed];
  "sage.category.filtered_hopf_algebras_with_basis_filteredhopfalgebraswithbasis" -> "cat.hopfalgebras_r" [kind="normalizes_to", mapping="constructible", style=dashed];
  "sage.category.filtered_modules_filteredmodules" -> "cat.modules_r" [kind="normalizes_to", mapping="constructible", style=dashed];
  "sage.category.filtered_modules_with_basis_filteredmoduleswithbasis" -> "cat.modules_r" [kind="normalizes_to", mapping="constructible", style=dashed];
  "sage.category.finite_complex_reflection_groups_finitecomplexreflectiongroups" -> "cat.complexreflectiongroups" [kind="normalizes_to", mapping="constructible", style=dashed];
  "sage.category.finite_coxeter_groups_finitecoxetergroups" -> "cat.coxetergroups" [kind="normalizes_to", mapping="constructible", style=dashed];
  "sage.category.finite_crystals_finitecrystals" -> "cat.crystals" [kind="normalizes_to", mapping="constructible", style=dashed];
  "sage.category.finite_dimensional_algebras_with_basis_finitedimensionalalgebraswithbasis" -> "cat.associativeunitalalgebras_r" [kind="normalizes_to", mapping="constructible", style=dashed];
  "sage.category.finite_dimensional_graded_lie_algebras_with_basis_finitedimensionalgradedliealgebraswithbasis" -> "cat.liealgebras_r" [kind="normalizes_to", mapping="constructible", style=dashed];
  "sage.category.finite_dimensional_hopf_algebras_with_basis_finitedimensionalhopfalgebraswithbasis" -> "cat.hopfalgebras_r" [kind="normalizes_to", mapping="constructible", style=dashed];
  "sage.category.finite_dimensional_lie_algebras_with_basis_finitedimensionalliealgebraswithbasis" -> "cat.liealgebras_r" [kind="normalizes_to", mapping="constructible", style=dashed];
  "sage.category.finite_dimensional_modules_with_basis_finitedimensionalmoduleswithbasis" -> "cat.modules_r" [kind="normalizes_to", mapping="constructible", style=dashed];
  "sage.category.finite_dimensional_nilpotent_lie_algebras_with_basis_finitedimensionalnilpotentliealgebraswithbasis" -> "cat.liealgebras_r" [kind="normalizes_to", mapping="constructible", style=dashed];
  "sage.category.finite_dimensional_semisimple_algebras_with_basis_finitedimensionalsemisimplealgebraswithbasis" -> "cat.semisimplealgebras_r" [kind="normalizes_to", mapping="constructible", style=dashed];
  "sage.category.finite_enumerated_sets_finiteenumeratedsets" -> "cat.sets" [kind="normalizes_to", mapping="constructible", style=dashed];
  "sage.category.finite_fields_finitefields" -> "cat.finite_fields" [kind="normalizes_to", mapping="constructible", style=dashed];
  "sage.category.finite_groups_finitegroups" -> "cat.groups" [kind="normalizes_to", mapping="constructible", style=dashed];
  "sage.category.finite_lattice_posets_finitelatticeposets" -> "cat.latticeposets" [kind="normalizes_to", mapping="constructible", style=dashed];
  "sage.category.finite_monoids_finitemonoids" -> "cat.monoids" [kind="normalizes_to", mapping="constructible", style=dashed];
  "sage.category.finite_permutation_groups_finitepermutationgroups" -> "cat.permutationgroups" [kind="normalizes_to", mapping="constructible", style=dashed];
  "sage.category.finite_posets_finiteposets" -> "cat.posets" [kind="normalizes_to", mapping="constructible", style=dashed];
  "sage.category.finite_semigroups_finitesemigroups" -> "cat.semigroups" [kind="normalizes_to", mapping="constructible", style=dashed];
  "sage.category.finite_sets_finitesets" -> "clf.sets.finite.domain" [kind="normalizes_to", mapping="constructible", style=dashed];
  "sage.category.finite_weyl_groups_finiteweylgroups" -> "cat.weylgroups" [kind="normalizes_to", mapping="constructible", style=dashed];
  "sage.category.finitely_generated_lambda_bracket_algebras_finitelygeneratedlambdabracketalgebras" -> "cat.lambdabracketalgebras_r" [kind="normalizes_to", mapping="constructible", style=dashed];
  "sage.category.finitely_generated_lie_conformal_algebras_finitelygeneratedlieconformalalgebras" -> "cat.lieconformalalgebras_r" [kind="normalizes_to", mapping="constructible", style=dashed];
  "sage.category.finitely_generated_magmas_finitelygeneratedmagmas" -> "cat.magmas" [kind="normalizes_to", mapping="constructible", style=dashed];
  "sage.category.finitely_generated_semigroups_finitelygeneratedsemigroups" -> "cat.semigroups" [kind="normalizes_to", mapping="constructible", style=dashed];
  "sage.category.function_fields_functionfields" -> "cat.fields" [kind="normalizes_to", mapping="constructible", style=dashed];
  "sage.category.g_sets_gsets" -> "cat.sets" [kind="normalizes_to", mapping="constructible", style=dashed];
  "sage.category.gcd_domains_gcddomains" -> "cat.gcd_domains" [kind="normalizes_to", mapping="constructible", style=dashed];
  "sage.category.generalized_coxeter_groups_generalizedcoxetergroups" -> "cat.generalizedcoxetergroups" [kind="normalizes_to", mapping="constructible", style=dashed];
  "sage.category.graded_algebras_gradedalgebras" -> "cat.algebras_r.graded" [kind="normalizes_to", mapping="constructible", style=dashed];
  "sage.category.graded_algebras_with_basis_gradedalgebraswithbasis" -> "cat.associativeunitalalgebras_r" [kind="normalizes_to", mapping="constructible", style=dashed];
  "sage.category.graded_coalgebras_gradedcoalgebras" -> "cat.coalgebras_r" [kind="normalizes_to", mapping="constructible", style=dashed];
  "sage.category.graded_coalgebras_with_basis_gradedcoalgebraswithbasis" -> "cat.coalgebras_r" [kind="normalizes_to", mapping="constructible", style=dashed];
  "sage.category.graded_hopf_algebras_with_basis_gradedhopfalgebraswithbasis" -> "cat.hopfalgebras_r" [kind="normalizes_to", mapping="constructible", style=dashed];
  "sage.category.graded_lie_algebras_gradedliealgebras" -> "cat.liealgebras_r" [kind="normalizes_to", mapping="constructible", style=dashed];
  "sage.category.graded_lie_algebras_with_basis_gradedliealgebraswithbasis" -> "cat.liealgebras_r" [kind="normalizes_to", mapping="constructible", style=dashed];
  "sage.category.graded_lie_conformal_algebras_gradedlieconformalalgebras" -> "cat.lieconformalalgebras_r" [kind="normalizes_to", mapping="constructible", style=dashed];
  "sage.category.graded_modules_gradedmodules" -> "cat.modules_r" [kind="normalizes_to", mapping="constructible", style=dashed];
  "sage.category.graded_modules_with_basis_gradedmoduleswithbasis" -> "cat.modules_r" [kind="normalizes_to", mapping="constructible", style=dashed];
  "sage.category.graphs_graphs" -> "cat.graphs" [kind="normalizes_to", mapping="exact", style=dashed];
  "sage.category.group_algebras_groupalgebras" -> "cat.groupalgebras_r" [kind="normalizes_to", mapping="exact", style=dashed];
  "sage.category.groupoid_groupoid" -> "cat.groupoidson_g" [kind="normalizes_to", mapping="exact", style=dashed];
  "sage.category.groups_groups" -> "cat.groups" [kind="normalizes_to", mapping="exact", style=dashed];
  "sage.category.h_trivial_semigroups_htrivialsemigroups" -> "cat.semigroups" [kind="normalizes_to", mapping="constructible", style=dashed];
  "sage.category.hecke_modules_heckemodules" -> "cat.modules_r" [kind="normalizes_to", mapping="constructible", style=dashed];
  "sage.category.highest_weight_crystals_highestweightcrystals" -> "cat.crystals" [kind="normalizes_to", mapping="constructible", style=dashed];
  "sage.category.homsets_homsets" -> "cat.homsets_c" [kind="normalizes_to", mapping="exact", style=dashed];
  "sage.category.hopf_algebras_hopfalgebras" -> "cat.hopfalgebras_r" [kind="normalizes_to", mapping="exact", style=dashed];
  "sage.category.hopf_algebras_with_basis_hopfalgebraswithbasis" -> "cat.hopfalgebras_r" [kind="normalizes_to", mapping="constructible", style=dashed];
  "sage.category.infinite_enumerated_sets_infiniteenumeratedsets" -> "cat.sets" [kind="normalizes_to", mapping="constructible", style=dashed];
  "sage.category.integral_domains_integraldomains" -> "cat.integral_domains" [kind="normalizes_to", mapping="constructible", style=dashed];
  "sage.category.j_trivial_semigroups_jtrivialsemigroups" -> "cat.semigroups" [kind="normalizes_to", mapping="constructible", style=dashed];
  "sage.category.kac_moody_algebras_kacmoodyalgebras" -> "cat.kacmoodyalgebras_r" [kind="normalizes_to", mapping="exact", style=dashed];
  "sage.category.kahler_algebras_kahleralgebras" -> "cat.associativeunitalalgebras_r" [kind="normalizes_to", mapping="constructible", style=dashed];
  "sage.category.l_trivial_semigroups_ltrivialsemigroups" -> "cat.semigroups" [kind="normalizes_to", mapping="constructible", style=dashed];
  "sage.category.lambda_bracket_algebras_lambdabracketalgebras" -> "cat.lambdabracketalgebras_r" [kind="normalizes_to", mapping="exact", style=dashed];
  "sage.category.lambda_bracket_algebras_with_basis_lambdabracketalgebraswithbasis" -> "cat.lambdabracketalgebras_r" [kind="normalizes_to", mapping="constructible", style=dashed];
  "sage.category.lattice_posets_distributivelattices" -> "cat.latticeposets" [kind="normalizes_to", mapping="constructible", style=dashed];
  "sage.category.lattice_posets_latticeposets" -> "cat.latticeposets" [kind="normalizes_to", mapping="constructible", style=dashed];
  "sage.category.left_modules_leftmodules" -> "cat.modules_a" [kind="normalizes_to", mapping="presentation_alias", style=dashed];
  "sage.category.lie_algebras_liealgebras" -> "cat.liealgebras_r" [kind="normalizes_to", mapping="exact", style=dashed];
  "sage.category.lie_algebras_with_basis_liealgebraswithbasis" -> "cat.liealgebras_r" [kind="normalizes_to", mapping="constructible", style=dashed];
  "sage.category.lie_conformal_algebras_lieconformalalgebras" -> "cat.lieconformalalgebras_r" [kind="normalizes_to", mapping="exact", style=dashed];
  "sage.category.lie_conformal_algebras_with_basis_lieconformalalgebraswithbasis" -> "cat.lieconformalalgebras_r" [kind="normalizes_to", mapping="constructible", style=dashed];
  "sage.category.lie_groups_liegroups" -> "cat.liegroups" [kind="normalizes_to", mapping="removed", style=dashed];
  "sage.category.loop_crystals_kirillovreshetikhincrystals" -> "cat.loopcrystals" [kind="normalizes_to", mapping="constructible", style=dashed];
  "sage.category.loop_crystals_loopcrystals" -> "cat.loopcrystals" [kind="normalizes_to", mapping="exact", style=dashed];
  "sage.category.loop_crystals_regularloopcrystals" -> "cat.loopcrystals" [kind="normalizes_to", mapping="constructible", style=dashed];
  "sage.category.magmas_magmas" -> "cat.magmas" [kind="normalizes_to", mapping="exact", style=dashed];
  "sage.category.magmas_and_additive_magmas_magmasandadditivemagmas" -> "cat.magmaswithtwooperations" [kind="normalizes_to", mapping="exact", style=dashed];
  "sage.category.magmatic_algebras_magmaticalgebras" -> "cat.algebras_r" [kind="normalizes_to", mapping="exact", style=dashed];
  "sage.category.manifolds_complexmanifolds" -> "cat.manifolds" [kind="normalizes_to", mapping="constructible", style=dashed];
  "sage.category.manifolds_manifolds" -> "cat.manifolds" [kind="normalizes_to", mapping="exact", style=dashed];
  "sage.category.matrix_algebras_matrixalgebras" -> "cat.associativeunitalalgebras_k" [kind="normalizes_to", mapping="constructible", style=dashed];
  "sage.category.metric_spaces_metricspaces" -> "cat.metricspaces" [kind="normalizes_to", mapping="constructible", style=dashed];
  "sage.category.modular_abelian_varieties_modularabelianvarieties" -> "cat.abelianvarieties_k" [kind="normalizes_to", mapping="constructible", style=dashed];
  "sage.category.modules_modules" -> "cat.modules_a" [kind="normalizes_to", mapping="exact", style=dashed];
  "sage.category.modules_with_basis_moduleswithbasis" -> "cat.modules_with_basis" [kind="normalizes_to", mapping="constructible", style=dashed];
  "sage.category.monoids_monoids" -> "cat.monoids" [kind="normalizes_to", mapping="exact", style=dashed];
  "sage.category.noetherian_rings_noetherianrings" -> "cat.commutativerings" [kind="normalizes_to", mapping="constructible", style=dashed];
  "sage.category.number_fields_numberfields" -> "cat.fields" [kind="normalizes_to", mapping="constructible", style=dashed];
  "sage.category.objects_objects" -> "cat.sagebackendobjects" [kind="normalizes_to", mapping="removed", style=dashed];
  "sage.category.ore_modules_oremodules" -> "cat.modules_r" [kind="normalizes_to", mapping="constructible", style=dashed];
  "sage.category.partially_ordered_monoids_partiallyorderedmonoids" -> "cat.monoids" [kind="normalizes_to", mapping="constructible", style=dashed];
  "sage.category.permutation_groups_permutationgroups" -> "cat.permutationgroups" [kind="normalizes_to", mapping="constructible", style=dashed];
  "sage.category.pointed_sets_pointedsets" -> "cat.sets" [kind="normalizes_to", mapping="constructible", style=dashed];
  "sage.category.polyhedra_polyhedralsets" -> "cat.polyhedra_r" [kind="normalizes_to", mapping="exact", style=dashed];
  "sage.category.posets_posets" -> "cat.posets" [kind="normalizes_to", mapping="exact", style=dashed];
  "sage.category.principal_ideal_domains_principalidealdomains" -> "cat.pids" [kind="normalizes_to", mapping="constructible", style=dashed];
  "sage.category.quantum_group_representations_quantumgrouprepresentations" -> "cat.modules_r" [kind="normalizes_to", mapping="constructible", style=dashed];
  "sage.category.quotient_fields_quotientfields" -> "cat.fields" [kind="normalizes_to", mapping="constructible", style=dashed];
  "sage.category.r_trivial_semigroups_rtrivialsemigroups" -> "cat.semigroups" [kind="normalizes_to", mapping="constructible", style=dashed];
  "sage.category.regular_crystals_regularcrystals" -> "cat.crystals" [kind="normalizes_to", mapping="constructible", style=dashed];
  "sage.category.regular_supercrystals_regularsupercrystals" -> "cat.supercrystals" [kind="normalizes_to", mapping="constructible", style=dashed];
  "sage.category.right_modules_rightmodules" -> "cat.right_modules_r" [kind="normalizes_to", mapping="exact", style=dashed];
  "sage.category.ring_ideals_ringideals" -> "cat.ringideals_r" [kind="normalizes_to", mapping="exact", style=dashed];
  "sage.category.rings_rings" -> "cat.rings" [kind="normalizes_to", mapping="exact", style=dashed];
  "sage.category.rngs_rngs" -> "cat.rngs" [kind="normalizes_to", mapping="exact", style=dashed];
  "sage.category.schemes_jacobians" -> "cat.abelianvarieties_k" [kind="normalizes_to", mapping="constructible", style=dashed];
  "sage.category.schemes_schemes" -> "cat.schemes_k" [kind="normalizes_to", mapping="exact", style=dashed];
  "sage.category.semigroups_semigroups" -> "cat.semigroups" [kind="normalizes_to", mapping="exact", style=dashed];
  "sage.category.semirings_semirings" -> "cat.semirings" [kind="normalizes_to", mapping="exact", style=dashed];
  "sage.category.semisimple_algebras_semisimplealgebras" -> "cat.semisimplealgebras_r" [kind="normalizes_to", mapping="constructible", style=dashed];
  "sage.category.sets_cat_sets" -> "cat.sets" [kind="normalizes_to", mapping="exact", style=dashed];
  "sage.category.sets_with_grading_setswithgrading" -> "clf.sets.graded.domain" [kind="normalizes_to", mapping="constructible", style=dashed];
  "sage.category.sets_with_partial_maps_setswithpartialmaps" -> "cat.setswithpartialmaps" [kind="normalizes_to", mapping="exact", style=dashed];
  "sage.category.shephard_groups_shephardgroups" -> "cat.generalizedcoxetergroups" [kind="normalizes_to", mapping="constructible", style=dashed];
  "sage.category.simplicial_complexes_simplicialcomplexes" -> "cat.simplicialcomplexes" [kind="normalizes_to", mapping="exact", style=dashed];
  "sage.category.simplicial_sets_simplicialsets" -> "cat.simplicialsets" [kind="normalizes_to", mapping="exact", style=dashed];
  "sage.category.super_algebras_superalgebras" -> "cat.associativeunitalalgebras_r" [kind="normalizes_to", mapping="constructible", style=dashed];
  "sage.category.super_algebras_with_basis_superalgebraswithbasis" -> "cat.associativeunitalalgebras_r" [kind="normalizes_to", mapping="constructible", style=dashed];
  "sage.category.super_hopf_algebras_with_basis_superhopfalgebraswithbasis" -> "cat.hopfalgebras_r" [kind="normalizes_to", mapping="constructible", style=dashed];
  "sage.category.super_lie_conformal_algebras_superlieconformalalgebras" -> "cat.lieconformalalgebras_r" [kind="normalizes_to", mapping="constructible", style=dashed];
  "sage.category.super_modules_supermodules" -> "cat.modules_r" [kind="normalizes_to", mapping="constructible", style=dashed];
  "sage.category.super_modules_with_basis_supermoduleswithbasis" -> "cat.modules_r" [kind="normalizes_to", mapping="constructible", style=dashed];
  "sage.category.supercommutative_algebras_supercommutativealgebras" -> "cat.superalgebras_r" [kind="normalizes_to", mapping="constructible", style=dashed];
  "sage.category.supercrystals_supercrystals" -> "cat.supercrystals" [kind="normalizes_to", mapping="constructible", style=dashed];
  "sage.category.topological_spaces_topologicalspaces" -> "cat.topologicalspaces" [kind="normalizes_to", mapping="exact", style=dashed];
  "sage.category.triangular_kac_moody_algebras_triangularkacmoodyalgebras" -> "cat.kacmoodyalgebras_r" [kind="normalizes_to", mapping="constructible", style=dashed];
  "sage.category.unique_factorization_domains_uniquefactorizationdomains" -> "cat.ufds" [kind="normalizes_to", mapping="constructible", style=dashed];
  "sage.category.unital_algebras_unitalalgebras" -> "cat.algebras_r" [kind="normalizes_to", mapping="constructible", style=dashed];
  "sage.category.vector_bundles_vectorbundles" -> "cat.vectorbundles_x_r" [kind="normalizes_to", mapping="exact", style=dashed];
  "sage.category.vector_spaces_vectorspaces" -> "cat.vector_spaces_k" [kind="normalizes_to", mapping="exact", style=dashed];
  "sage.category.weyl_groups_weylgroups" -> "cat.weylgroups" [kind="normalizes_to", mapping="constructible", style=dashed];
  "sage.category.with_axiom.vectorspaces.withbasis" -> "cat.vector_spaces_k" [kind="normalizes_to", mapping="constructible", style=dashed];
  "sage.category.with_axiom.unitalalgebras.withbasis" -> "cat.unital_algebras" [kind="normalizes_to", mapping="constructible", style=dashed];
  "sage.category.with_axiom.additivemagmas.additivecommutative" -> "cat.magmas" [kind="normalizes_to", mapping="constructible", style=dashed];
  "sage.category.with_axiom.monoids.commutative" -> "cat.monoids" [kind="normalizes_to", mapping="constructible", style=dashed];
  "sage.category.with_axiom.commutativerings.finite" -> "cat.commutative_rings" [kind="normalizes_to", mapping="constructible", style=dashed];
+   "sage.category.with_axiom.posets.bounded" -> "cat.posets" [kind="normalizes_to", mapping="constructible", style=dashed];
  "sage.category.with_axiom.vectorspaces.graded" -> "cat.vector_spaces_k" [kind="normalizes_to", mapping="constructible", style=dashed];
  "sage.category.with_axiom.vectorspaces.withbasis.graded" -> "cat.vector_spaces_k" [kind="normalizes_to", mapping="constructible", style=dashed];
  "sage.category.with_axiom.coalgebras.filtered" -> "cat.coalgebras_r" [kind="normalizes_to", mapping="constructible", style=dashed];
  "sage.category.with_axiom.vectorspaces.filtered" -> "cat.vector_spaces_k" [kind="normalizes_to", mapping="constructible", style=dashed];
  "sage.category.with_axiom.vectorspaces.withbasis.filtered" -> "cat.vector_spaces_k" [kind="normalizes_to", mapping="constructible", style=dashed];
  "sage.category.with_axiom.magmas.unital.inverse" -> "cat.magmas" [kind="normalizes_to", mapping="constructible", style=dashed];
  "sage.category.with_axiom.sets.infinite" -> "cat.sets" [kind="normalizes_to", mapping="constructible", style=dashed];
  "sage.category.with_axiom.magmas.unital" -> "cat.magmas" [kind="normalizes_to", mapping="constructible", style=dashed];
}
